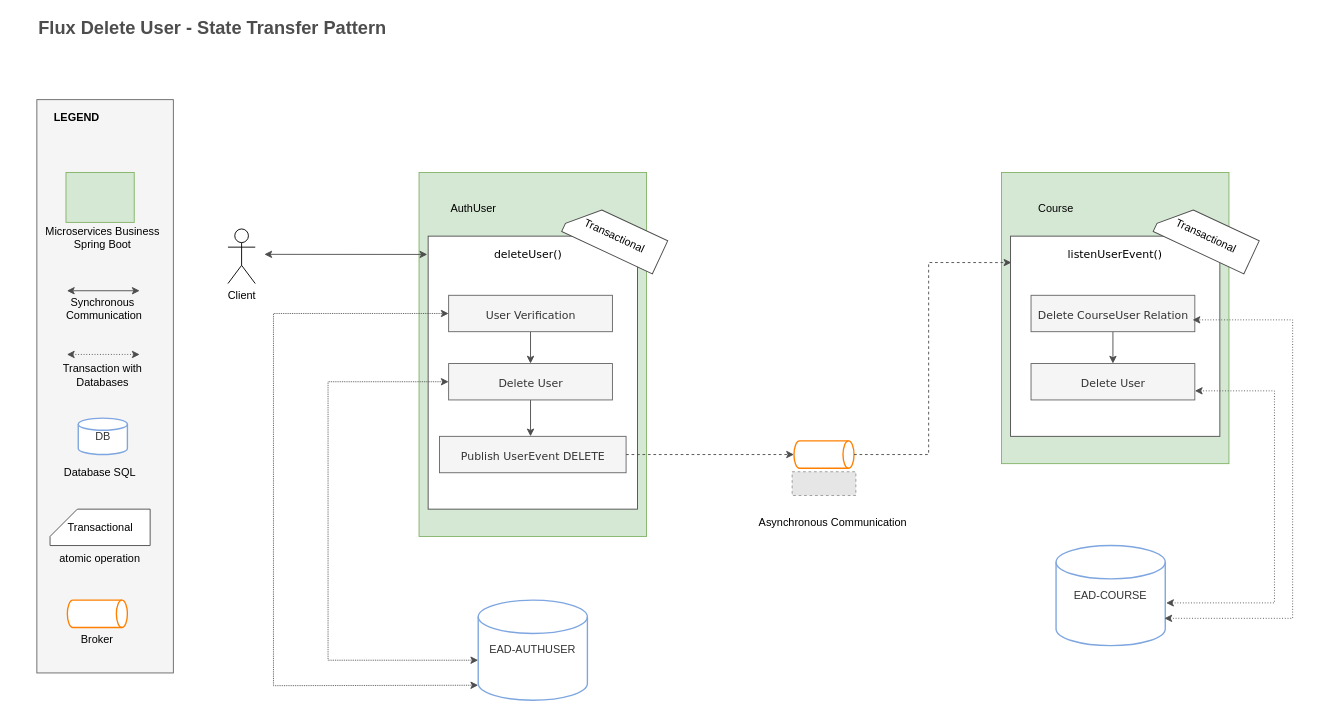
This is page "Flux-Delete-User-State-Transfer" (5 of 5) of documents/EAD-Arquitetura-Microservices.drawio from BrunoGago/EAD, a draw.io file, before an edit. Source tidied: cells renumbered, new cells numbered last; positions are measured from the earlier drawing's top-left corner, leaving out a move shared by most shapes. Both pictures are drawn from the tidied source at 91%, with x=0, y=0 at pixel (15, 17). Pictures stored in the file or linked from it are replaced by grey dashed boxes.
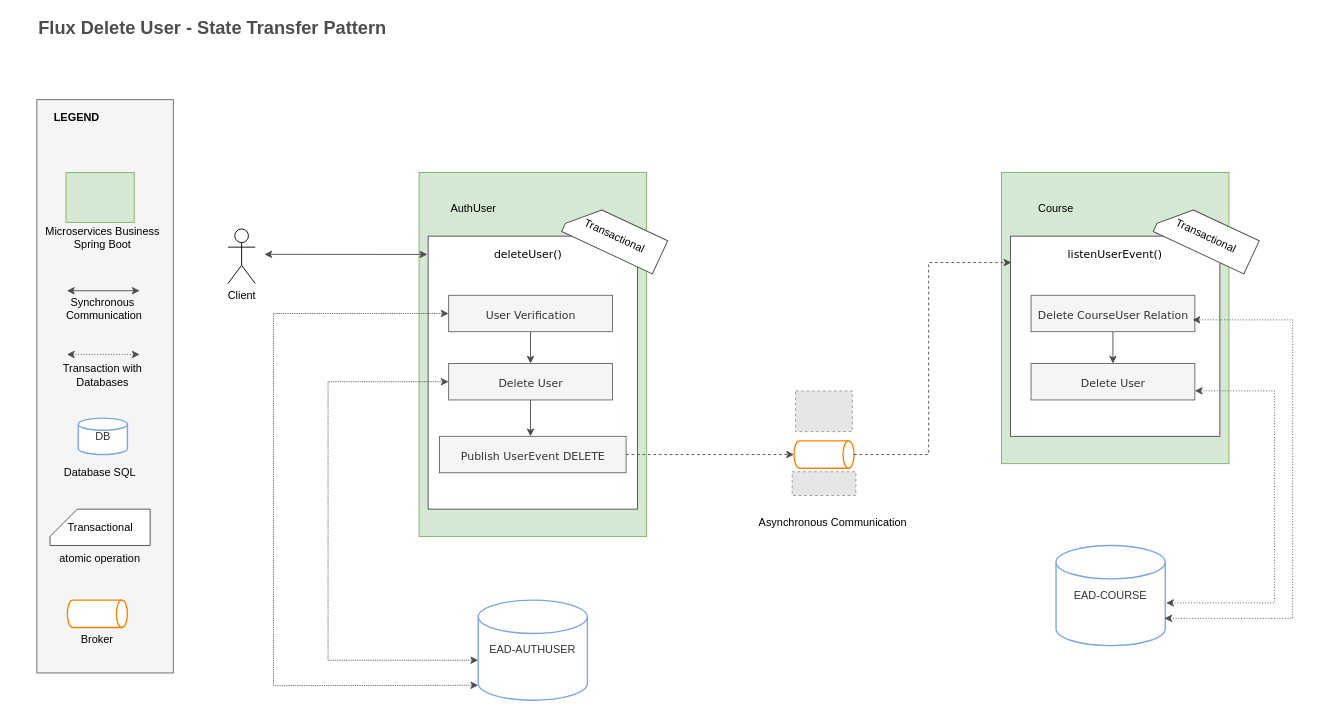
After the change.

What changed in the source:
```diff
@@
+    <mxCell id="48" style="fillColor=#E6E6E6;strokeColor=#999999;dashed=1;verticalLabelPosition=bottom;labelBackgroundColor=default;verticalAlign=top;" parent="1" vertex="1">
+      <mxGeometry x="856.8" y="410.1" width="62.3" height="44.7" as="geometry" />
+    </mxCell>
```
